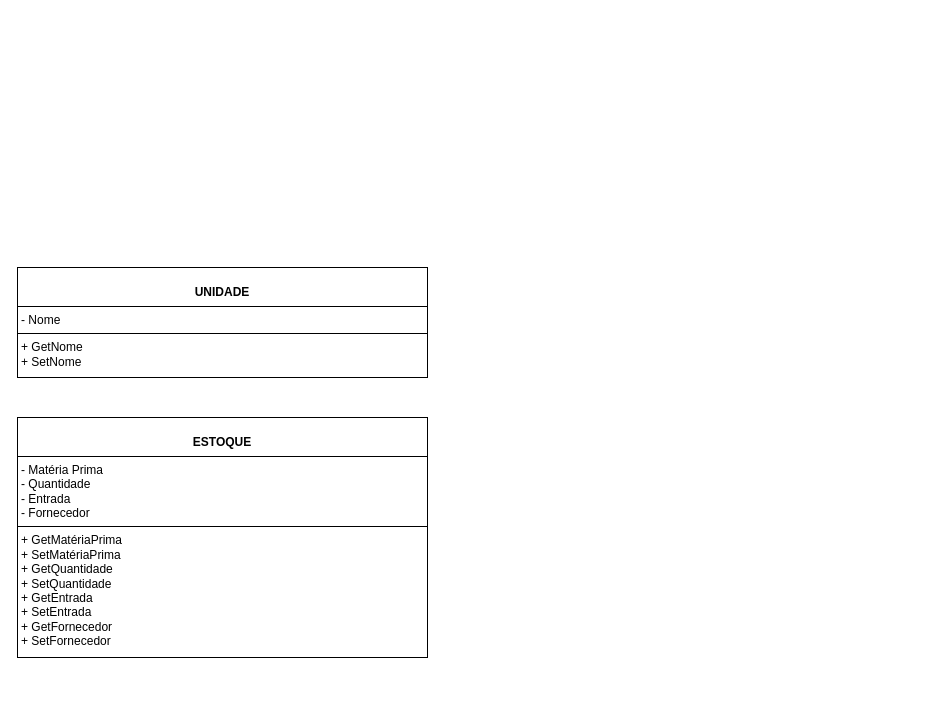
Before: page "Página-2" (2 of 3) of DOC/classes.drawio in juliareis14/avatar.app, a draw.io diagram. Source tidied: cells renumbered, new cells numbered last; positions are measured from the earlier drawing's top-left corner, leaving out a move shared by most shapes. Both pictures are drawn from the tidied source at 100%, with x=0, y=0 at pixel (17, 267).
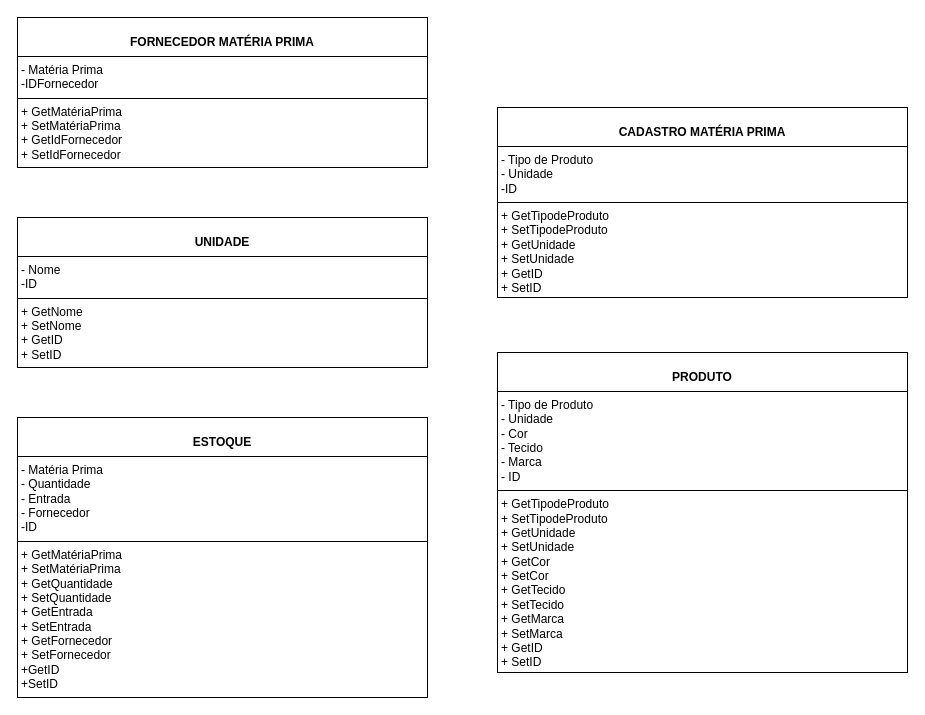
The same page after the edit.

What changed in the source:
```diff
@@
 <mxGraphModel>
   <root>
     <mxCell id="0" />
     <mxCell id="1" parent="0" />
-    <mxCell id="2" value="&lt;p style=&quot;margin:0px;margin-top:4px;text-align:center;&quot;&gt;&lt;br&gt;&lt;b&gt;UNIDADE&lt;/b&gt;&lt;/p&gt;&lt;hr size=&quot;1&quot; style=&quot;border-style:solid;&quot;&gt;&lt;p style=&quot;margin:0px;margin-left:4px;&quot;&gt;- Nome&lt;br&gt;&lt;/p&gt;&lt;hr size=&quot;1&quot; style=&quot;border-style:solid;&quot;&gt;&lt;p style=&quot;margin:0px;margin-left:4px;&quot;&gt;+ GetNome&lt;br&gt;+ SetNome&lt;/p&gt;" style="verticalAlign=top;align=left;overflow=fill;html=1;whiteSpace=wrap;" parent="1" vertex="1">
-      <mxGeometry width="410" height="110" as="geometry" />
+    <mxCell id="2" value="&lt;p style=&quot;margin:0px;margin-top:4px;text-align:center;&quot;&gt;&lt;br&gt;&lt;b&gt;UNIDADE&lt;/b&gt;&lt;/p&gt;&lt;hr size=&quot;1&quot; style=&quot;border-style:solid;&quot;&gt;&lt;p style=&quot;margin:0px;margin-left:4px;&quot;&gt;- Nome&lt;br&gt;&lt;/p&gt;&lt;p style=&quot;margin:0px;margin-left:4px;&quot;&gt;-ID&lt;br&gt;&lt;/p&gt;&lt;hr size=&quot;1&quot; style=&quot;border-style:solid;&quot;&gt;&lt;p style=&quot;margin:0px;margin-left:4px;&quot;&gt;+ GetNome&lt;br&gt;+ SetNome&lt;/p&gt;&lt;p style=&quot;margin: 0px 0px 0px 4px;&quot;&gt;&lt;span style=&quot;background-color: initial;&quot;&gt;+ GetID&lt;/span&gt;&lt;/p&gt;&lt;p style=&quot;margin: 0px 0px 0px 4px;&quot;&gt;+ SetID&lt;/p&gt;&lt;div&gt;&lt;br&gt;&lt;/div&gt;" style="verticalAlign=top;align=left;overflow=fill;html=1;whiteSpace=wrap;" parent="1" vertex="1">
+      <mxGeometry y="-50" width="410" height="150" as="geometry" />
     </mxCell>
-    <mxCell id="3" value="&lt;p style=&quot;margin:0px;margin-top:4px;text-align:center;&quot;&gt;&lt;br&gt;&lt;b&gt;ESTOQUE&lt;/b&gt;&lt;/p&gt;&lt;hr size=&quot;1&quot; style=&quot;border-style:solid;&quot;&gt;&lt;p style=&quot;margin:0px;margin-left:4px;&quot;&gt;- Matéria Prima&lt;/p&gt;&lt;p style=&quot;margin:0px;margin-left:4px;&quot;&gt;&lt;span style=&quot;background-color: initial;&quot;&gt;- Quantidade&lt;/span&gt;&lt;/p&gt;&lt;p style=&quot;margin:0px;margin-left:4px;&quot;&gt;- Entrada&lt;/p&gt;&lt;p style=&quot;margin:0px;margin-left:4px;&quot;&gt;- Fornecedor&lt;/p&gt;&lt;hr size=&quot;1&quot; style=&quot;border-style:solid;&quot;&gt;&lt;p style=&quot;margin:0px;margin-left:4px;&quot;&gt;&lt;span style=&quot;background-color: initial;&quot;&gt;+ Get&lt;/span&gt;&lt;span style=&quot;background-color: initial;&quot;&gt;MatériaPrima&lt;/span&gt;&lt;br&gt;&lt;/p&gt;&lt;p style=&quot;margin:0px;margin-left:4px;&quot;&gt;+ Set&lt;span style=&quot;background-color: initial;&quot;&gt;MatériaPrima&lt;/span&gt;&lt;/p&gt;&lt;p style=&quot;margin:0px;margin-left:4px;&quot;&gt;+ Get&lt;span style=&quot;background-color: initial;&quot;&gt;Quantidade&lt;/span&gt;&lt;/p&gt;&lt;p style=&quot;margin:0px;margin-left:4px;&quot;&gt;+ Set&lt;span style=&quot;background-color: initial;&quot;&gt;Quantidade&lt;/span&gt;&lt;/p&gt;&lt;p style=&quot;margin:0px;margin-left:4px;&quot;&gt;&lt;span style=&quot;background-color: initial;&quot;&gt;+ Get&lt;/span&gt;&lt;span style=&quot;background-color: initial;&quot;&gt;Entrada&lt;/span&gt;&lt;/p&gt;&lt;p style=&quot;margin:0px;margin-left:4px;&quot;&gt;&lt;span style=&quot;background-color: initial;&quot;&gt;+ Set&lt;/span&gt;&lt;span style=&quot;background-color: initial;&quot;&gt;Entrada&lt;/span&gt;&lt;/p&gt;&lt;p style=&quot;margin:0px;margin-left:4px;&quot;&gt;&lt;span style=&quot;background-color: initial;&quot;&gt;+ Get&lt;/span&gt;&lt;span style=&quot;background-color: initial;&quot;&gt;Fornecedor&lt;/span&gt;&lt;/p&gt;&lt;p style=&quot;margin:0px;margin-left:4px;&quot;&gt;&lt;span style=&quot;background-color: initial;&quot;&gt;+ Set&lt;/span&gt;&lt;span style=&quot;background-color: initial;&quot;&gt;Fornecedor&lt;/span&gt;&lt;/p&gt;&lt;div&gt;&lt;span style=&quot;background-color: initial;&quot;&gt;&lt;br&gt;&lt;/span&gt;&lt;/div&gt;" style="verticalAlign=top;align=left;overflow=fill;html=1;whiteSpace=wrap;" parent="1" vertex="1">
-      <mxGeometry y="150" width="410" height="240" as="geometry" />
+    <mxCell id="3" value="&lt;p style=&quot;margin:0px;margin-top:4px;text-align:center;&quot;&gt;&lt;br&gt;&lt;b&gt;ESTOQUE&lt;/b&gt;&lt;/p&gt;&lt;hr size=&quot;1&quot; style=&quot;border-style:solid;&quot;&gt;&lt;p style=&quot;margin:0px;margin-left:4px;&quot;&gt;- Matéria Prima&lt;/p&gt;&lt;p style=&quot;margin:0px;margin-left:4px;&quot;&gt;&lt;span style=&quot;background-color: initial;&quot;&gt;- Quantidade&lt;/span&gt;&lt;/p&gt;&lt;p style=&quot;margin:0px;margin-left:4px;&quot;&gt;- Entrada&lt;/p&gt;&lt;p style=&quot;margin:0px;margin-left:4px;&quot;&gt;- Fornecedor&lt;/p&gt;&lt;p style=&quot;margin:0px;margin-left:4px;&quot;&gt;-ID&lt;/p&gt;&lt;hr size=&quot;1&quot; style=&quot;border-style:solid;&quot;&gt;&lt;p style=&quot;margin:0px;margin-left:4px;&quot;&gt;&lt;span style=&quot;background-color: initial;&quot;&gt;+ Get&lt;/span&gt;&lt;span style=&quot;background-color: initial;&quot;&gt;MatériaPrima&lt;/span&gt;&lt;br&gt;&lt;/p&gt;&lt;p style=&quot;margin:0px;margin-left:4px;&quot;&gt;+ Set&lt;span style=&quot;background-color: initial;&quot;&gt;MatériaPrima&lt;/span&gt;&lt;/p&gt;&lt;p style=&quot;margin:0px;margin-left:4px;&quot;&gt;+ Get&lt;span style=&quot;background-color: initial;&quot;&gt;Quantidade&lt;/span&gt;&lt;/p&gt;&lt;p style=&quot;margin:0px;margin-left:4px;&quot;&gt;+ Set&lt;span style=&quot;background-color: initial;&quot;&gt;Quantidade&lt;/span&gt;&lt;/p&gt;&lt;p style=&quot;margin:0px;margin-left:4px;&quot;&gt;&lt;span style=&quot;background-color: initial;&quot;&gt;+ Get&lt;/span&gt;&lt;span style=&quot;background-color: initial;&quot;&gt;Entrada&lt;/span&gt;&lt;/p&gt;&lt;p style=&quot;margin:0px;margin-left:4px;&quot;&gt;&lt;span style=&quot;background-color: initial;&quot;&gt;+ Set&lt;/span&gt;&lt;span style=&quot;background-color: initial;&quot;&gt;Entrada&lt;/span&gt;&lt;/p&gt;&lt;p style=&quot;margin:0px;margin-left:4px;&quot;&gt;&lt;span style=&quot;background-color: initial;&quot;&gt;+ Get&lt;/span&gt;&lt;span style=&quot;background-color: initial;&quot;&gt;Fornecedor&lt;/span&gt;&lt;/p&gt;&lt;p style=&quot;margin:0px;margin-left:4px;&quot;&gt;&lt;span style=&quot;background-color: initial;&quot;&gt;+ Set&lt;/span&gt;&lt;span style=&quot;background-color: initial;&quot;&gt;Fornecedor&lt;/span&gt;&lt;/p&gt;&lt;p style=&quot;margin:0px;margin-left:4px;&quot;&gt;&lt;span style=&quot;background-color: initial;&quot;&gt;+GetID&lt;/span&gt;&lt;/p&gt;&lt;p style=&quot;margin:0px;margin-left:4px;&quot;&gt;&lt;span style=&quot;background-color: initial;&quot;&gt;+SetID&lt;/span&gt;&lt;/p&gt;&lt;div&gt;&lt;span style=&quot;background-color: initial;&quot;&gt;&lt;br&gt;&lt;/span&gt;&lt;/div&gt;" style="verticalAlign=top;align=left;overflow=fill;html=1;whiteSpace=wrap;" parent="1" vertex="1">
+      <mxGeometry y="150" width="410" height="280" as="geometry" />
     </mxCell>
+    <mxCell id="4" value="&lt;p style=&quot;margin:0px;margin-top:4px;text-align:center;&quot;&gt;&lt;br&gt;&lt;b&gt;PRODUTO&lt;/b&gt;&lt;/p&gt;&lt;hr size=&quot;1&quot; style=&quot;border-style:solid;&quot;&gt;&lt;p style=&quot;margin:0px;margin-left:4px;&quot;&gt;- Tipo de Produto&lt;/p&gt;&lt;p style=&quot;margin:0px;margin-left:4px;&quot;&gt;&lt;span style=&quot;background-color: initial;&quot;&gt;- Unidade&lt;/span&gt;&lt;/p&gt;&lt;p style=&quot;margin:0px;margin-left:4px;&quot;&gt;- Cor&lt;/p&gt;&lt;p style=&quot;margin:0px;margin-left:4px;&quot;&gt;- Tecido&lt;/p&gt;&lt;p style=&quot;margin:0px;margin-left:4px;&quot;&gt;- Marca&lt;/p&gt;&lt;p style=&quot;margin:0px;margin-left:4px;&quot;&gt;- ID&lt;/p&gt;&lt;hr size=&quot;1&quot; style=&quot;border-style:solid;&quot;&gt;&lt;p style=&quot;margin:0px;margin-left:4px;&quot;&gt;&lt;span style=&quot;background-color: initial;&quot;&gt;+ GetTipodeProduto&lt;/span&gt;&lt;br&gt;&lt;/p&gt;&lt;p style=&quot;margin:0px;margin-left:4px;&quot;&gt;+ Set&lt;span style=&quot;background-color: initial;&quot;&gt;TipodeProduto&lt;/span&gt;&lt;/p&gt;&lt;p style=&quot;margin:0px;margin-left:4px;&quot;&gt;+ Get&lt;span style=&quot;background-color: initial;&quot;&gt;Unidade&lt;/span&gt;&lt;/p&gt;&lt;p style=&quot;margin:0px;margin-left:4px;&quot;&gt;+ Set&lt;span style=&quot;background-color: initial;&quot;&gt;Unidade&lt;/span&gt;&lt;/p&gt;&lt;p style=&quot;margin:0px;margin-left:4px;&quot;&gt;&lt;span style=&quot;background-color: initial;&quot;&gt;+ Get&lt;/span&gt;&lt;span style=&quot;background-color: initial;&quot;&gt;Cor&lt;/span&gt;&lt;/p&gt;&lt;p style=&quot;margin:0px;margin-left:4px;&quot;&gt;&lt;span style=&quot;background-color: initial;&quot;&gt;+ Set&lt;/span&gt;&lt;span style=&quot;background-color: initial;&quot;&gt;Cor&lt;/span&gt;&lt;/p&gt;&lt;p style=&quot;margin:0px;margin-left:4px;&quot;&gt;&lt;span style=&quot;background-color: initial;&quot;&gt;+ Get&lt;/span&gt;&lt;span style=&quot;background-color: initial;&quot;&gt;Tecido&lt;/span&gt;&lt;/p&gt;&lt;p style=&quot;margin:0px;margin-left:4px;&quot;&gt;&lt;span style=&quot;background-color: initial;&quot;&gt;+ Set&lt;/span&gt;&lt;span style=&quot;background-color: initial;&quot;&gt;Tecido&lt;/span&gt;&lt;/p&gt;&lt;p style=&quot;margin:0px;margin-left:4px;&quot;&gt;&lt;span style=&quot;background-color: initial;&quot;&gt;+&amp;nbsp;&lt;/span&gt;&lt;span style=&quot;background-color: initial;&quot;&gt;GetMarca&lt;/span&gt;&lt;/p&gt;&lt;p style=&quot;margin:0px;margin-left:4px;&quot;&gt;&lt;span style=&quot;background-color: initial;&quot;&gt;+ SetMarca&lt;/span&gt;&lt;/p&gt;&lt;p style=&quot;margin:0px;margin-left:4px;&quot;&gt;&lt;span style=&quot;background-color: initial;&quot;&gt;+ GetID&lt;/span&gt;&lt;/p&gt;&lt;p style=&quot;margin:0px;margin-left:4px;&quot;&gt;+ SetID&lt;/p&gt;&lt;div&gt;&lt;span style=&quot;background-color: initial;&quot;&gt;&lt;br&gt;&lt;/span&gt;&lt;/div&gt;" style="verticalAlign=top;align=left;overflow=fill;html=1;whiteSpace=wrap;" parent="1" vertex="1">
+      <mxGeometry x="480" y="85" width="410" height="320" as="geometry" />
+    </mxCell>
+    <mxCell id="5" value="&lt;p style=&quot;margin:0px;margin-top:4px;text-align:center;&quot;&gt;&lt;br&gt;&lt;b&gt;CADASTRO MATÉRIA PRIMA&lt;/b&gt;&lt;/p&gt;&lt;hr size=&quot;1&quot; style=&quot;border-style:solid;&quot;&gt;&lt;p style=&quot;margin:0px;margin-left:4px;&quot;&gt;- Tipo de Produto&lt;/p&gt;&lt;p style=&quot;margin:0px;margin-left:4px;&quot;&gt;&lt;span style=&quot;background-color: initial;&quot;&gt;- Unidade&lt;/span&gt;&lt;/p&gt;&lt;p style=&quot;margin:0px;margin-left:4px;&quot;&gt;&lt;span style=&quot;background-color: initial;&quot;&gt;-ID&lt;/span&gt;&lt;/p&gt;&lt;hr size=&quot;1&quot; style=&quot;border-style:solid;&quot;&gt;&lt;p style=&quot;margin:0px;margin-left:4px;&quot;&gt;&lt;span style=&quot;background-color: initial;&quot;&gt;+ GetTipodeProduto&lt;/span&gt;&lt;br&gt;&lt;/p&gt;&lt;p style=&quot;margin:0px;margin-left:4px;&quot;&gt;+ Set&lt;span style=&quot;background-color: initial;&quot;&gt;TipodeProduto&lt;/span&gt;&lt;/p&gt;&lt;p style=&quot;margin:0px;margin-left:4px;&quot;&gt;+ Get&lt;span style=&quot;background-color: initial;&quot;&gt;Unidade&lt;/span&gt;&lt;/p&gt;&lt;p style=&quot;margin:0px;margin-left:4px;&quot;&gt;+ Set&lt;span style=&quot;background-color: initial;&quot;&gt;Unidade&lt;/span&gt;&lt;/p&gt;&lt;p style=&quot;margin: 0px 0px 0px 4px;&quot;&gt;&lt;span style=&quot;background-color: initial;&quot;&gt;+ GetID&lt;/span&gt;&lt;/p&gt;&lt;p style=&quot;margin: 0px 0px 0px 4px;&quot;&gt;+ SetID&lt;/p&gt;" style="verticalAlign=top;align=left;overflow=fill;html=1;whiteSpace=wrap;" parent="1" vertex="1">
+      <mxGeometry x="480" y="-160" width="410" height="190" as="geometry" />
+    </mxCell>
+    <mxCell id="6" value="&lt;p style=&quot;margin:0px;margin-top:4px;text-align:center;&quot;&gt;&lt;br&gt;&lt;b&gt;FORNECEDOR MATÉRIA PRIMA&lt;/b&gt;&lt;/p&gt;&lt;hr size=&quot;1&quot; style=&quot;border-style:solid;&quot;&gt;&lt;p style=&quot;margin:0px;margin-left:4px;&quot;&gt;- Matéria Prima&lt;/p&gt;&lt;p style=&quot;margin:0px;margin-left:4px;&quot;&gt;&lt;span style=&quot;background-color: initial;&quot;&gt;-IDFornecedor&lt;/span&gt;&lt;/p&gt;&lt;hr size=&quot;1&quot; style=&quot;border-style:solid;&quot;&gt;&lt;p style=&quot;margin:0px;margin-left:4px;&quot;&gt;&lt;span style=&quot;background-color: initial;&quot;&gt;+ GetMatériaPrima&lt;/span&gt;&lt;br&gt;&lt;/p&gt;&lt;p style=&quot;margin:0px;margin-left:4px;&quot;&gt;+ Set&lt;span style=&quot;background-color: initial;&quot;&gt;MatériaPrima&lt;/span&gt;&lt;/p&gt;&lt;p style=&quot;margin:0px;margin-left:4px;&quot;&gt;+ GetIdFornecedor&lt;/p&gt;&lt;p style=&quot;margin:0px;margin-left:4px;&quot;&gt;+ Set&lt;span style=&quot;background-color: initial;&quot;&gt;IdFornecedor&lt;/span&gt;&lt;/p&gt;" style="verticalAlign=top;align=left;overflow=fill;html=1;whiteSpace=wrap;" parent="1" vertex="1">
+      <mxGeometry y="-250" width="410" height="150" as="geometry" />
+    </mxCell>
   </root>
 </mxGraphModel>
```
